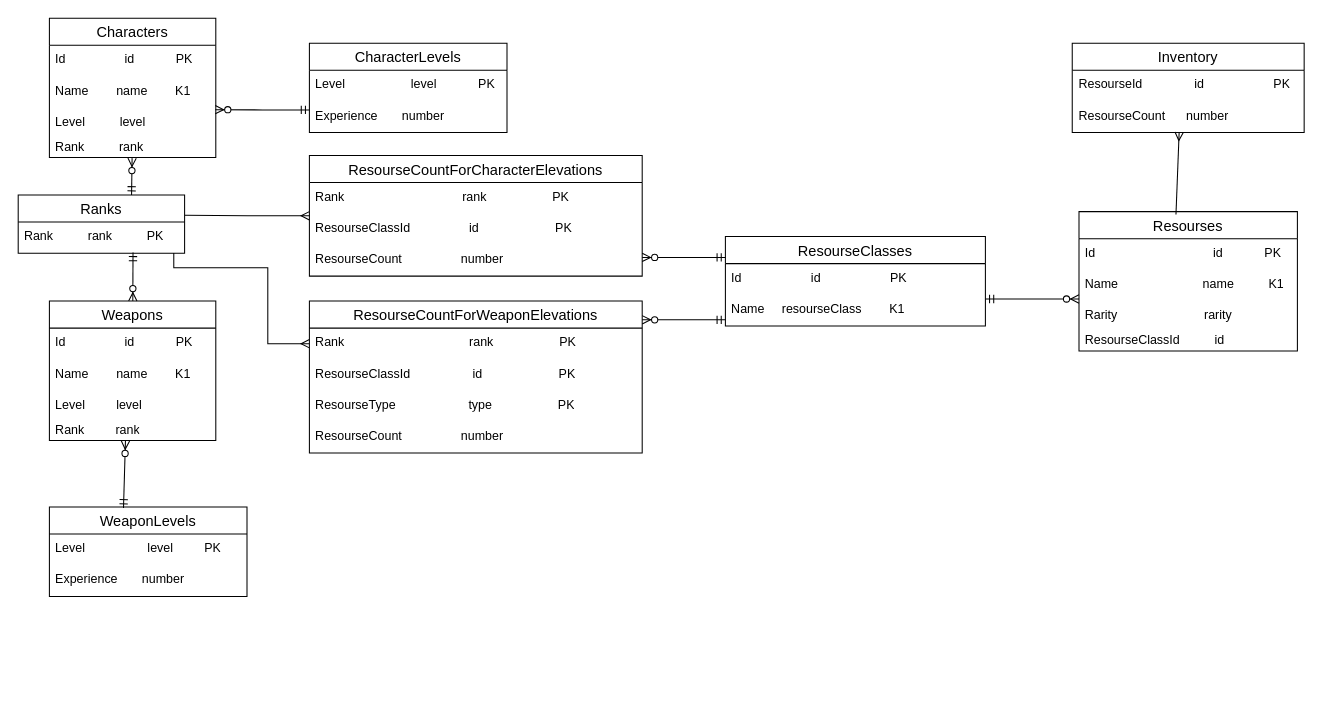
Above: project/models/ERM.drawio in Matrixoid/itmo-database-course (draw.io), before the change. Source tidied: cells renumbered, new cells numbered last; positions are measured from the earlier drawing's top-left corner, leaving out a move shared by most shapes. Both pictures are drawn from the tidied source at 104%, with x=0, y=0 at pixel (18, 18).
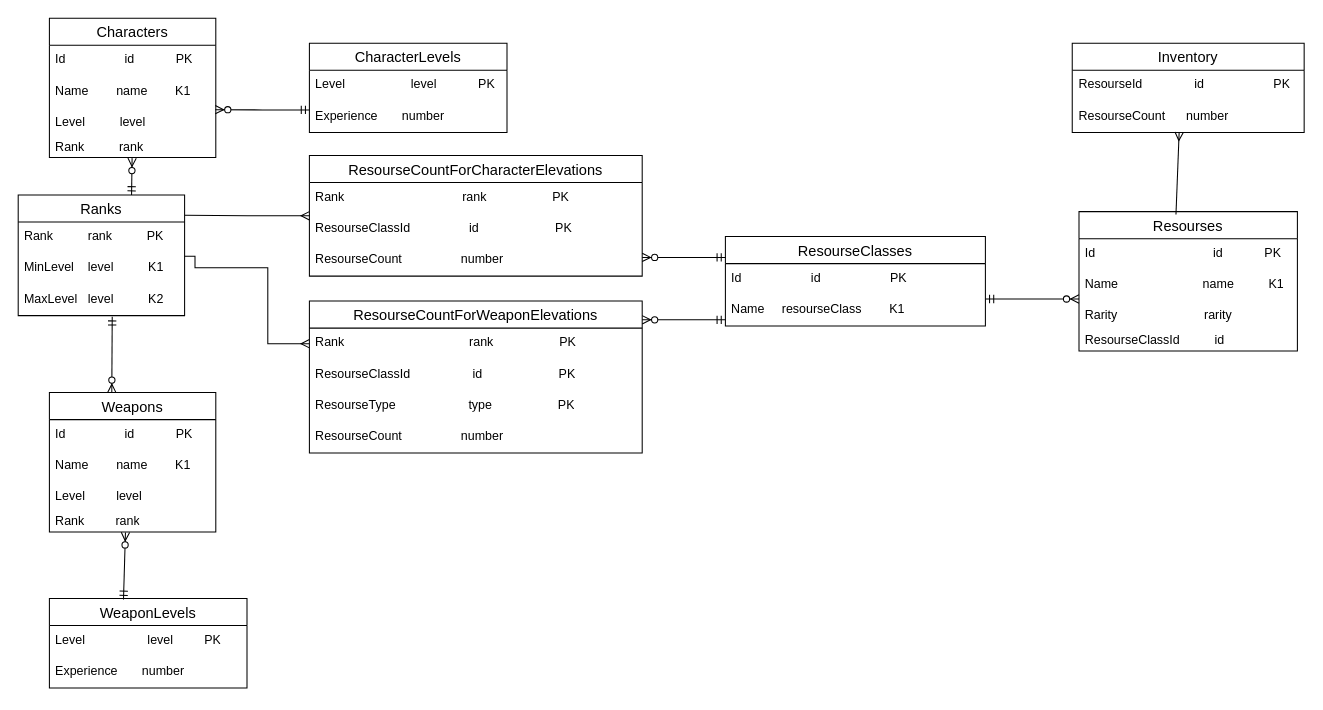
Above is the later version.

Commit message (it also covers changes not shown here):
Обновлены модели: для сущности Rank добавлены атрибуты MinLevel и MaxLevel. Также обновлено описание этой сущности и добавлены новые ФЗ

Unchanged cells that the change refers to:
```xml
<mxCell id="28" value="Rank&amp;nbsp; &amp;nbsp; &amp;nbsp; &amp;nbsp; &amp;nbsp; &amp;nbsp; &amp;nbsp; &amp;nbsp; &amp;nbsp; &amp;nbsp; &amp;nbsp; &amp;nbsp; &amp;nbsp; &amp;nbsp; &amp;nbsp; &amp;nbsp; &amp;nbsp; &amp;nbsp; rank&amp;nbsp; &amp;nbsp; &amp;nbsp; &amp;nbsp; &amp;nbsp; &amp;nbsp; &amp;nbsp; &amp;nbsp; &amp;nbsp; &amp;nbsp;PK" style="text;strokeColor=none;fillColor=none;spacingLeft=4;spacingRight=4;overflow=hidden;points=[[0,0.5],[1,0.5]];portConstraint=eastwest;fontSize=12;whiteSpace=wrap;html=1;" parent="27" vertex="1">
  <mxGeometry y="26" width="320" height="30" as="geometry" />
</mxCell>
<mxCell id="48" value="Rank&amp;nbsp; &amp;nbsp; &amp;nbsp; &amp;nbsp; &amp;nbsp; rank&amp;nbsp; &amp;nbsp; &amp;nbsp; &amp;nbsp; &amp;nbsp; PK" style="text;strokeColor=none;fillColor=none;spacingLeft=4;spacingRight=4;overflow=hidden;points=[[0,0.5],[1,0.5]];portConstraint=eastwest;fontSize=12;whiteSpace=wrap;html=1;" parent="47" vertex="1">
  <mxGeometry y="26" width="160" height="30" as="geometry" />
</mxCell>
```

What changed in the source:
```diff
@@
     <mxCell id="22" value="Weapons" style="swimlane;fontStyle=0;horizontal=1;startSize=26;align=center;fontSize=14;" parent="1" vertex="1">
-      <mxGeometry x="30" y="272" width="160" height="134" as="geometry" />
+      <mxGeometry x="30" y="360" width="160" height="134" as="geometry" />
     </mxCell>
@@
     <mxCell id="32" value="WeaponLevels" style="swimlane;fontStyle=0;horizontal=1;startSize=26;align=center;fontSize=14;" parent="1" vertex="1">
-      <mxGeometry x="30" y="470" width="190" height="86" as="geometry" />
+      <mxGeometry x="30" y="558" width="190" height="86" as="geometry" />
     </mxCell>
@@
-    <mxCell id="41" style="fontSize=12;html=1;endArrow=ERzeroToMany;startArrow=ERmandOne;rounded=0;entryX=0.457;entryY=1.02;entryDx=0;entryDy=0;entryPerimeter=0;exitX=0.69;exitY=0.974;exitDx=0;exitDy=0;exitPerimeter=0;" parent="1" edge="1" source="48">
+    <mxCell id="41" style="fontSize=12;html=1;endArrow=ERzeroToMany;startArrow=ERmandOne;rounded=0;exitX=0.565;exitY=1.035;exitDx=0;exitDy=0;exitPerimeter=0;" parent="1" edge="1" source="51">
       <mxGeometry relative="1" as="geometry">
-        <mxPoint x="110.2" y="272" as="targetPoint" />
+        <mxPoint x="90" y="360" as="targetPoint" />
       </mxGeometry>
     </mxCell>
@@
     <mxCell id="47" value="Ranks" style="swimlane;fontStyle=0;horizontal=1;startSize=26;align=center;fontSize=14;" parent="1" vertex="1">
-      <mxGeometry y="170" width="160" height="56" as="geometry" />
+      <mxGeometry y="170" width="160" height="116" as="geometry" />
     </mxCell>
@@
+    <mxCell id="50" value="MinLevel&amp;nbsp; &amp;nbsp; level&amp;nbsp; &amp;nbsp; &amp;nbsp; &amp;nbsp; &amp;nbsp; K1" style="text;strokeColor=none;fillColor=none;spacingLeft=4;spacingRight=4;overflow=hidden;points=[[0,0.5],[1,0.5]];portConstraint=eastwest;fontSize=12;whiteSpace=wrap;html=1;" parent="47" vertex="1">
+      <mxGeometry y="56" width="160" height="30" as="geometry" />
+    </mxCell>
+    <mxCell id="51" value="MaxLevel&amp;nbsp; &amp;nbsp;level&amp;nbsp; &amp;nbsp; &amp;nbsp; &amp;nbsp; &amp;nbsp; K2" style="text;strokeColor=none;fillColor=none;spacingLeft=4;spacingRight=4;overflow=hidden;points=[[0,0.5],[1,0.5]];portConstraint=eastwest;fontSize=12;whiteSpace=wrap;html=1;" parent="47" vertex="1">
+      <mxGeometry y="86" width="160" height="30" as="geometry" />
+    </mxCell>
-    <mxCell id="49" style="edgeStyle=orthogonalEdgeStyle;fontSize=12;html=1;endArrow=ERmany;rounded=0;exitX=0.935;exitY=0.989;exitDx=0;exitDy=0;entryX=0;entryY=0.5;entryDx=0;entryDy=0;exitPerimeter=0;" parent="1" edge="1" source="48" target="28">
+    <mxCell id="49" style="edgeStyle=orthogonalEdgeStyle;fontSize=12;html=1;endArrow=ERmany;rounded=0;exitX=1;exitY=0.095;exitDx=0;exitDy=0;entryX=0;entryY=0.5;entryDx=0;entryDy=0;exitPerimeter=0;" parent="1" edge="1" source="50" target="28">
       <mxGeometry relative="1" as="geometry">
         <Array as="points">
-          <mxPoint x="150" y="240" />
+          <mxPoint x="170" y="229" />
+          <mxPoint x="170" y="240" />
           <mxPoint x="240" y="240" />
           <mxPoint x="240" y="313" />
         </Array>
       </mxGeometry>
     </mxCell>
```
